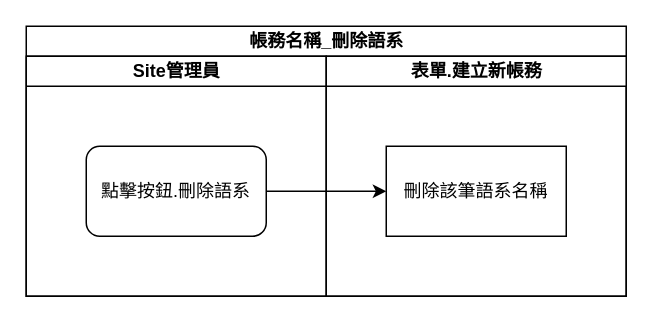
This is 8.10.0/UPDATE/ITEM_3/RTE/attachment/SysBranchAdd_DeleteName.drawio from ArcareRD/sadocs, a draw.io file, before an edit. Source tidied: cells renumbered, new cells numbered last; positions are measured from the earlier drawing's top-left corner, leaving out a move shared by most shapes. Both pictures are drawn from the tidied source at 150%, with x=0, y=0 at pixel (26, 26).
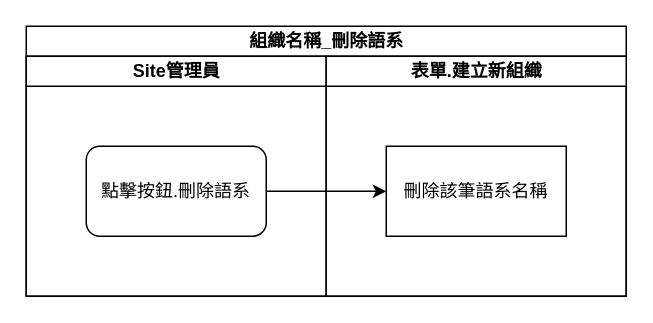
The same page after the edit.

Change to the diagram source:
```diff
@@
 <mxGraphModel>
   <root>
     <mxCell id="0" />
     <mxCell id="1" parent="0" />
-    <mxCell id="2" value="帳務名稱_刪除語系" style="swimlane;html=1;startSize=20;" parent="1" vertex="1">
+    <mxCell id="2" value="組織名稱_刪除語系" style="swimlane;html=1;startSize=20;" parent="1" vertex="1">
       <mxGeometry width="400" height="180" as="geometry" />
     </mxCell>
     <mxCell id="3" value="Site管理員" style="swimlane;html=1;startSize=20;" parent="2" vertex="1">
       <mxGeometry y="20" width="200" height="160" as="geometry" />
     </mxCell>
     <mxCell id="4" value="點擊按鈕.刪除語系" style="rounded=1;whiteSpace=wrap;html=1;" parent="3" vertex="1">
       <mxGeometry x="40" y="60" width="120" height="60" as="geometry" />
     </mxCell>
-    <mxCell id="5" value="表單.建立新帳務" style="swimlane;html=1;startSize=20;" parent="2" vertex="1">
+    <mxCell id="5" value="表單.建立新組織" style="swimlane;html=1;startSize=20;" parent="2" vertex="1">
       <mxGeometry x="200" y="20" width="200" height="160" as="geometry" />
     </mxCell>
     <mxCell id="6" value="刪除該筆語系名稱" style="rounded=0;whiteSpace=wrap;html=1;" parent="5" vertex="1">
       <mxGeometry x="40" y="60" width="120" height="60" as="geometry" />
     </mxCell>
     <mxCell id="7" style="edgeStyle=orthogonalEdgeStyle;rounded=0;jettySize=auto;html=1;exitX=1;exitY=0.5;exitDx=0;exitDy=0;entryX=0;entryY=0.5;entryDx=0;entryDy=0;" parent="2" edge="1" source="4" target="6">
       <mxGeometry relative="1" as="geometry" />
     </mxCell>
   </root>
 </mxGraphModel>
```
